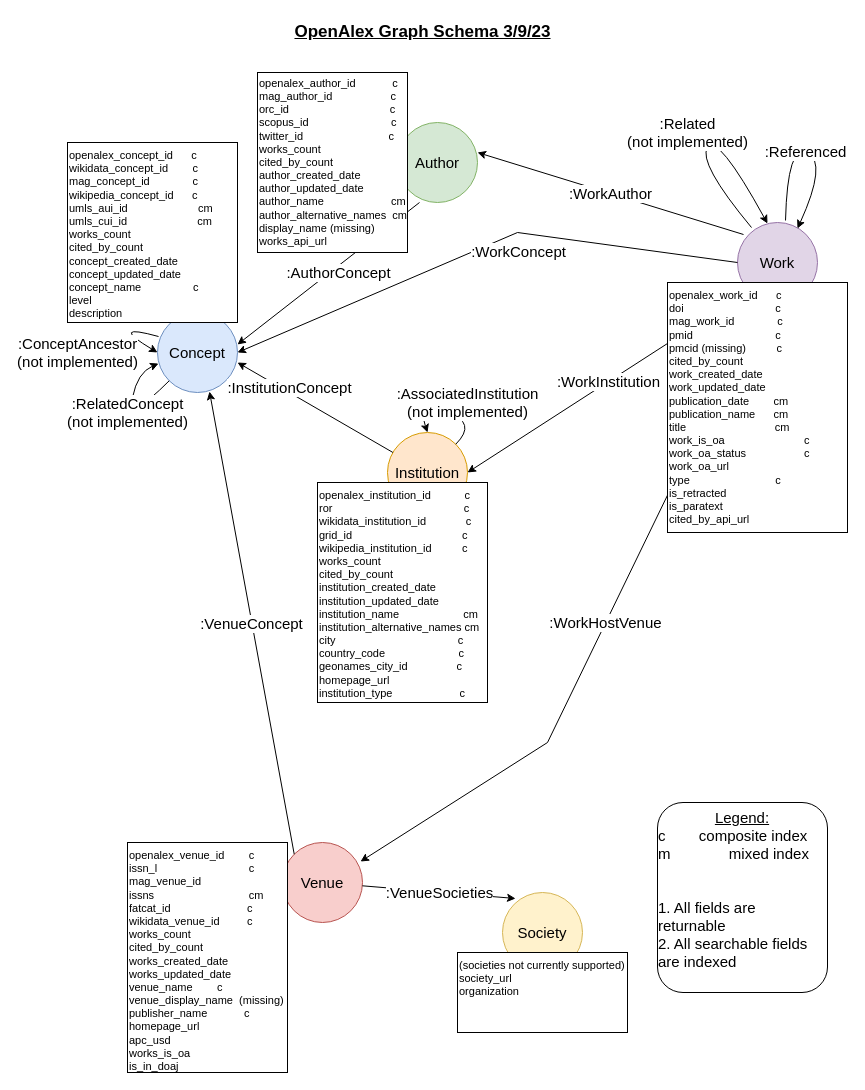
Before: openalexParse2022/diagram.drawio in iuni-cadre/DataPipelineAndProvenanceForCADRE, a draw.io diagram. Source tidied: cells renumbered, new cells numbered last; positions are measured from the earlier drawing's top-left corner, leaving out a move shared by most shapes. Both pictures are drawn from the tidied source at 100%, with x=0, y=0 at pixel (67, 17).
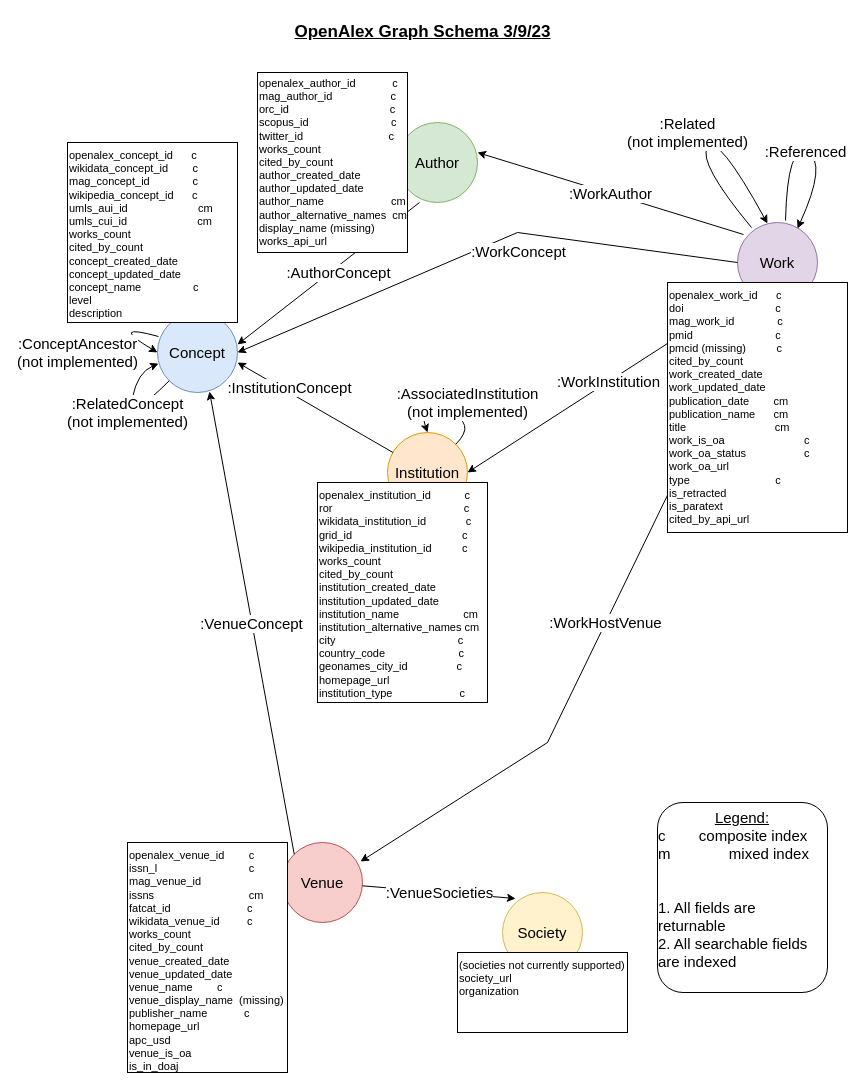
Above is the later version.

Commit message (it also covers changes not shown here):
Updated graph schema diagrams.

The edit, as a diff of the source:
```diff
@@
-    <mxCell id="25" value="openalex_venue_id &amp;nbsp; &amp;nbsp; &amp;nbsp; &amp;nbsp;c&lt;br&gt;issn_l &amp;nbsp; &amp;nbsp; &amp;nbsp; &amp;nbsp; &amp;nbsp; &amp;nbsp; &amp;nbsp; &amp;nbsp; &amp;nbsp; &amp;nbsp; &amp;nbsp; &amp;nbsp; &amp;nbsp; &amp;nbsp; &amp;nbsp;c&lt;br&gt;mag_venue_id&lt;br&gt;issns &amp;nbsp; &amp;nbsp; &amp;nbsp; &amp;nbsp; &amp;nbsp; &amp;nbsp; &amp;nbsp; &amp;nbsp; &amp;nbsp; &amp;nbsp; &amp;nbsp; &amp;nbsp; &amp;nbsp; &amp;nbsp; &amp;nbsp; cm&lt;br&gt;fatcat_id &amp;nbsp; &amp;nbsp; &amp;nbsp; &amp;nbsp; &amp;nbsp; &amp;nbsp; &amp;nbsp; &amp;nbsp; &amp;nbsp; &amp;nbsp; &amp;nbsp; &amp;nbsp; c&lt;br&gt;wikidata_venue_id &amp;nbsp; &amp;nbsp; &amp;nbsp; &amp;nbsp; c&lt;br&gt;works_count&lt;br&gt;cited_by_count&lt;br&gt;works_created_date&lt;br&gt;works_updated_date&lt;br&gt;venue_name&lt;span style=&quot;white-space: pre;&quot;&gt; &lt;span style=&quot;white-space: pre;&quot;&gt;       c&lt;/span&gt;&lt;/span&gt;&lt;br&gt;venue_display_name &amp;nbsp;(missing)&lt;br&gt;publisher_name &amp;nbsp; &amp;nbsp; &amp;nbsp; &amp;nbsp; &amp;nbsp; &amp;nbsp;c&lt;br&gt;homepage_url&lt;br&gt;apc_usd&lt;br&gt;works_is_oa&lt;br&gt;is_in_doaj" style="whiteSpace=wrap;html=1;fontSize=11;align=left;verticalAlign=top;" parent="1" vertex="1">
+    <mxCell id="25" value="openalex_venue_id &amp;nbsp; &amp;nbsp; &amp;nbsp; &amp;nbsp;c&lt;br&gt;issn_l &amp;nbsp; &amp;nbsp; &amp;nbsp; &amp;nbsp; &amp;nbsp; &amp;nbsp; &amp;nbsp; &amp;nbsp; &amp;nbsp; &amp;nbsp; &amp;nbsp; &amp;nbsp; &amp;nbsp; &amp;nbsp; &amp;nbsp;c&lt;br&gt;mag_venue_id&lt;br&gt;issns &amp;nbsp; &amp;nbsp; &amp;nbsp; &amp;nbsp; &amp;nbsp; &amp;nbsp; &amp;nbsp; &amp;nbsp; &amp;nbsp; &amp;nbsp; &amp;nbsp; &amp;nbsp; &amp;nbsp; &amp;nbsp; &amp;nbsp; cm&lt;br&gt;fatcat_id &amp;nbsp; &amp;nbsp; &amp;nbsp; &amp;nbsp; &amp;nbsp; &amp;nbsp; &amp;nbsp; &amp;nbsp; &amp;nbsp; &amp;nbsp; &amp;nbsp; &amp;nbsp; c&lt;br&gt;wikidata_venue_id &amp;nbsp; &amp;nbsp; &amp;nbsp; &amp;nbsp; c&lt;br&gt;works_count&lt;br&gt;cited_by_count&lt;br&gt;venue_created_date&lt;br&gt;venue_updated_date&lt;br&gt;venue_name&lt;span style=&quot;white-space: pre;&quot;&gt; &lt;span style=&quot;white-space: pre;&quot;&gt;       c&lt;/span&gt;&lt;/span&gt;&lt;br&gt;venue_display_name &amp;nbsp;(missing)&lt;br&gt;publisher_name &amp;nbsp; &amp;nbsp; &amp;nbsp; &amp;nbsp; &amp;nbsp; &amp;nbsp;c&lt;br&gt;homepage_url&lt;br&gt;apc_usd&lt;br&gt;venue_is_oa&lt;br&gt;is_in_doaj" style="whiteSpace=wrap;html=1;fontSize=11;align=left;verticalAlign=top;" parent="1" vertex="1">
       <mxGeometry x="60" y="825" width="160" height="230" as="geometry" />
     </mxCell>
```
